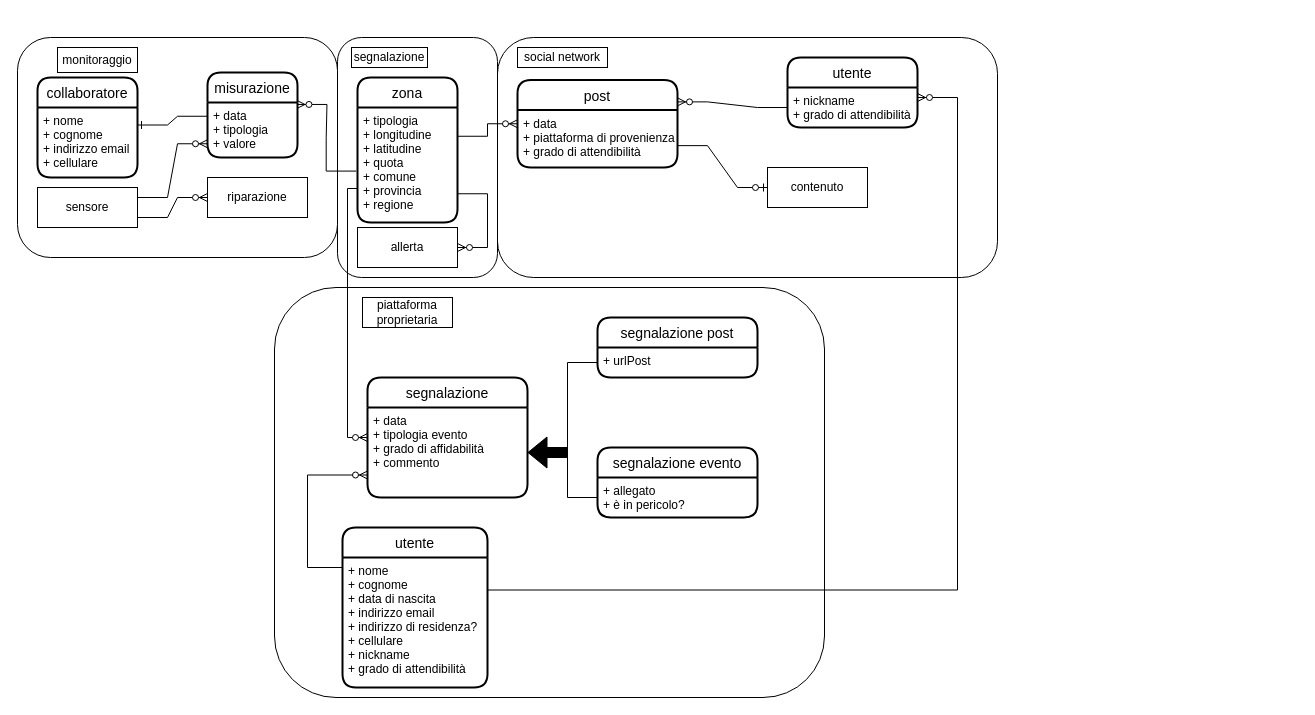
The draw.io diagram page "Brain Storming" (1 of 2) of diagramma-er.drawio in faffolao/ProgettoBD2022, before the edit. Source tidied: cells renumbered, new cells numbered last; positions are measured from the earlier drawing's top-left corner, leaving out a move shared by most shapes. Both pictures are drawn from the tidied source at 100%, with x=0, y=0 at pixel (17, 37).
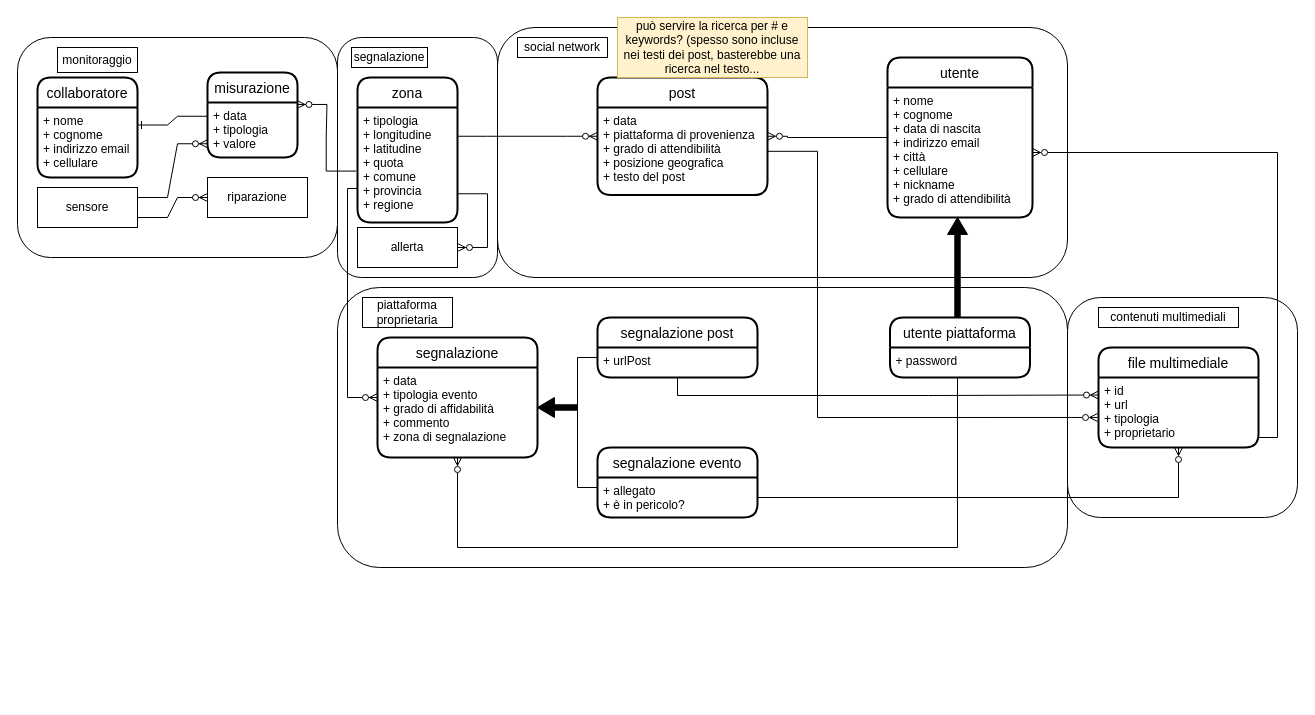
The same diagram, later.

Commit message (it also covers changes not shown here):
introduzione macroblocchi, modifiche allo schema generale

The change refers to these unchanged cells:
```xml
<mxCell id="25" value="+ tipologia&#10;+ longitudine&#10;+ latitudine&#10;+ quota&#10;+ comune&#10;+ provincia&#10;+ regione" style="align=left;strokeColor=none;fillColor=none;spacingLeft=4;fontSize=12;verticalAlign=top;" parent="24" vertex="1">
  <mxGeometry y="30" width="100" height="115" as="geometry" />
</mxCell>
<mxCell id="29" value="segnalazione post" style="swimlane;horizontal=1;startSize=30;rounded=1;fontSize=14;fontStyle=0;strokeWidth=2;shadow=0;dashed=0;align=center;" parent="1" vertex="1">
  <mxGeometry x="580" y="280" width="160" height="60" as="geometry" />
</mxCell>
<mxCell id="30" value="+ urlPost&#10;" style="align=left;strokeColor=none;fillColor=none;spacingLeft=4;fontSize=12;verticalAlign=top;" parent="29" vertex="1">
  <mxGeometry y="30" width="160" height="30" as="geometry" />
</mxCell>
<mxCell id="32" value="+ allegato&#10;+ è in pericolo?" style="align=left;strokeColor=none;fillColor=none;spacingLeft=4;fontSize=12;verticalAlign=top;" parent="31" vertex="1">
  <mxGeometry y="30" width="160" height="40" as="geometry" />
</mxCell>
```

Change to the diagram source:
```diff
@@
     <mxCell id="2" style="rounded=1;whiteSpace=wrap;html=1;" parent="1" vertex="1">
-      <mxGeometry x="480" width="500" height="240" as="geometry" />
+      <mxGeometry x="480" y="-10" width="570" height="250" as="geometry" />
     </mxCell>
-    <mxCell id="3" style="rounded=1;whiteSpace=wrap;html=1;strokeColor=default;" parent="1" vertex="1">
-      <mxGeometry x="257" y="250" width="550" height="410" as="geometry" />
+    <mxCell id="3" style="rounded=1;whiteSpace=wrap;html=1;" parent="1" vertex="1">
+      <mxGeometry x="320" y="250" width="730" height="280" as="geometry" />
     </mxCell>
@@
-    <mxCell id="7" value="&lt;div&gt;contenuto&lt;/div&gt;" style="whiteSpace=wrap;html=1;align=center;" parent="1" vertex="1">
-      <mxGeometry x="750" y="130" width="100" height="40" as="geometry" />
-    </mxCell>
-    <mxCell id="8" style="edgeStyle=entityRelationEdgeStyle;fontSize=12;html=1;endArrow=ERzeroToMany;endFill=1;rounded=0;entryX=1;entryY=0.25;entryDx=0;entryDy=0;exitX=0;exitY=0.5;exitDx=0;exitDy=0;" parent="1" edge="1" source="27" target="44">
-      <mxGeometry relative="1" as="geometry" />
-    </mxCell>
@@
     <mxCell id="16" value="social network" style="rounded=0;whiteSpace=wrap;html=1;" parent="1" vertex="1">
-      <mxGeometry x="500" y="10" width="90" height="20" as="geometry" />
+      <mxGeometry x="500" width="90" height="20" as="geometry" />
     </mxCell>
@@
-    <mxCell id="26" value="utente" style="swimlane;horizontal=1;startSize=30;rounded=1;fontSize=14;fontStyle=0;strokeWidth=2;shadow=0;dashed=0;align=center;" parent="1" vertex="1">
-      <mxGeometry x="770" y="20" width="130" height="70" as="geometry" />
-    </mxCell>
-    <mxCell id="27" value="+ nickname&#10;+ grado di attendibilità" style="align=left;strokeColor=none;fillColor=none;spacingLeft=4;fontSize=12;verticalAlign=top;" parent="26" vertex="1">
-      <mxGeometry y="30" width="130" height="40" as="geometry" />
-    </mxCell>
@@
-    <mxCell id="33" style="shape=flexArrow;endArrow=classic;html=1;rounded=0;entryX=1;entryY=0.5;entryDx=0;entryDy=0;shadow=0;strokeColor=default;fillColor=#000000;gradientColor=none;" parent="1" edge="1" target="36">
-      <mxGeometry relative="1" as="geometry">
-        <mxPoint x="550" y="415" as="sourcePoint" />
-      </mxGeometry>
-    </mxCell>
-    <mxCell id="34" style="edgeStyle=entityRelationEdgeStyle;fontSize=12;html=1;endArrow=ERzeroToOne;endFill=1;rounded=0;shadow=0;strokeColor=default;fillColor=#000000;gradientColor=none;entryX=0;entryY=0.5;entryDx=0;entryDy=0;exitX=1;exitY=0.75;exitDx=0;exitDy=0;" parent="1" edge="1" source="44" target="7">
-      <mxGeometry relative="1" as="geometry" />
-    </mxCell>
-    <mxCell id="35" value="segnalazione" style="swimlane;horizontal=1;startSize=30;rounded=1;fontSize=14;fontStyle=0;strokeWidth=2;shadow=0;dashed=0;align=center;fillColor=#FFFFFF;gradientColor=none;" parent="1" vertex="1">
-      <mxGeometry x="350" y="340" width="160" height="120" as="geometry" />
+    <mxCell id="35" value="segnalazione" style="swimlane;horizontal=1;startSize=30;rounded=1;fontSize=14;fontStyle=0;strokeWidth=2;shadow=0;dashed=0;align=center;" parent="1" vertex="1">
+      <mxGeometry x="360" y="300" width="160" height="120" as="geometry" />
     </mxCell>
-    <mxCell id="36" value="+ data&#10;+ tipologia evento&#10;+ grado di affidabilità&#10;+ commento&#10;" style="align=left;strokeColor=none;fillColor=none;spacingLeft=4;fontSize=12;verticalAlign=top;" parent="35" vertex="1">
+    <mxCell id="36" value="+ data&#10;+ tipologia evento&#10;+ grado di affidabilità&#10;+ commento&#10;+ zona di segnalazione" style="align=left;strokeColor=none;fillColor=none;spacingLeft=4;fontSize=12;verticalAlign=top;" parent="35" vertex="1">
       <mxGeometry y="30" width="160" height="90" as="geometry" />
     </mxCell>
-    <mxCell id="37" style="edgeStyle=orthogonalEdgeStyle;fontSize=12;html=1;endArrow=ERzeroToMany;endFill=1;shadow=0;strokeColor=default;fillColor=#000000;gradientColor=none;exitX=0;exitY=0.75;exitDx=0;exitDy=0;entryX=0;entryY=0.5;entryDx=0;entryDy=0;rounded=0;" parent="1" edge="1" source="25" target="35">
+    <mxCell id="37" style="edgeStyle=orthogonalEdgeStyle;fontSize=12;html=1;endArrow=ERzeroToMany;endFill=1;shadow=0;exitX=0;exitY=0.75;exitDx=0;exitDy=0;entryX=0;entryY=0.5;entryDx=0;entryDy=0;rounded=0;" parent="1" edge="1" source="25" target="35">
       <mxGeometry relative="1" as="geometry">
         <Array as="points">
           <mxPoint x="340" y="151" />
           <mxPoint x="330" y="151" />
-          <mxPoint x="330" y="400" />
+          <mxPoint x="330" y="360" />
+          <mxPoint x="360" y="360" />
         </Array>
       </mxGeometry>
     </mxCell>
+    <mxCell id="46" style="edgeStyle=orthogonalEdgeStyle;rounded=0;jettySize=auto;html=1;entryX=1;entryY=0.5;entryDx=0;entryDy=0;endArrow=ERzeroToMany;endFill=0;" parent="1" edge="1" source="38" target="44">
+      <mxGeometry relative="1" as="geometry">
+        <Array as="points">
+          <mxPoint x="770" y="100" />
+          <mxPoint x="770" y="99" />
+        </Array>
+      </mxGeometry>
+    </mxCell>
     <mxCell id="38" value="utente" style="swimlane;horizontal=1;startSize=30;rounded=1;fontSize=14;fontStyle=0;strokeWidth=2;shadow=0;dashed=0;align=center;" parent="1" vertex="1">
-      <mxGeometry x="325" y="490" width="145" height="160" as="geometry" />
+      <mxGeometry x="870" y="20" width="145" height="160" as="geometry" />
     </mxCell>
-    <mxCell id="39" value="+ nome&#10;+ cognome&#10;+ data di nascita&#10;+ indirizzo email&#10;+ indirizzo di residenza?&#10;+ cellulare&#10;+ nickname&#10;+ grado di attendibilità" style="align=left;strokeColor=none;fillColor=none;spacingLeft=4;fontSize=12;verticalAlign=top;" parent="38" vertex="1">
+    <mxCell id="39" value="+ nome&#10;+ cognome&#10;+ data di nascita&#10;+ indirizzo email&#10;+ città&#10;+ cellulare&#10;+ nickname&#10;+ grado di attendibilità" style="align=left;strokeColor=none;fillColor=none;spacingLeft=4;fontSize=12;verticalAlign=top;" parent="38" vertex="1">
       <mxGeometry y="30" width="145" height="130" as="geometry" />
     </mxCell>
-    <mxCell id="40" style="edgeStyle=orthogonalEdgeStyle;fontSize=12;html=1;endArrow=ERzeroToMany;endFill=1;rounded=0;exitX=0;exitY=0.25;exitDx=0;exitDy=0;entryX=0;entryY=0.75;entryDx=0;entryDy=0;" parent="1" edge="1" source="39" target="36">
-      <mxGeometry relative="1" as="geometry">
-        <Array as="points">
-          <mxPoint x="290" y="530" />
-          <mxPoint x="290" y="438" />
-        </Array>
-      </mxGeometry>
-    </mxCell>
-    <mxCell id="41" style="edgeStyle=orthogonalEdgeStyle;fontSize=12;html=1;endArrow=ERzeroToMany;endFill=1;rounded=0;strokeColor=default;exitX=1;exitY=0.25;exitDx=0;exitDy=0;entryX=1;entryY=0.25;entryDx=0;entryDy=0;" parent="1" edge="1" source="39" target="27">
-      <mxGeometry relative="1" as="geometry">
-        <Array as="points">
-          <mxPoint x="940" y="553" />
-          <mxPoint x="940" y="60" />
-        </Array>
-      </mxGeometry>
-    </mxCell>
-    <mxCell id="42" style="edgeStyle=orthogonalEdgeStyle;rounded=0;jettySize=auto;html=1;exitX=0;exitY=0.5;exitDx=0;exitDy=0;entryX=1;entryY=0.5;entryDx=0;entryDy=0;strokeColor=default;" parent="1" edge="1" source="30" target="36">
-      <mxGeometry relative="1" as="geometry">
-        <Array as="points">
-          <mxPoint x="550" y="325" />
-          <mxPoint x="550" y="415" />
-        </Array>
-      </mxGeometry>
-    </mxCell>
-    <mxCell id="43" style="edgeStyle=orthogonalEdgeStyle;rounded=0;jettySize=auto;html=1;exitX=0;exitY=0.5;exitDx=0;exitDy=0;strokeColor=default;entryX=1;entryY=0.5;entryDx=0;entryDy=0;" parent="1" edge="1" source="32" target="36">
-      <mxGeometry relative="1" as="geometry">
-        <Array as="points">
-          <mxPoint x="550" y="460" />
-          <mxPoint x="550" y="415" />
-        </Array>
-      </mxGeometry>
-    </mxCell>
-    <mxCell id="44" value="post" style="swimlane;horizontal=1;startSize=30;rounded=1;fontSize=14;fontStyle=0;strokeWidth=2;shadow=0;dashed=0;align=center;strokeColor=default;" parent="1" vertex="1">
-      <mxGeometry x="500" y="42.5" width="160" height="87.5" as="geometry" />
+    <mxCell id="44" value="post" style="swimlane;horizontal=1;startSize=30;rounded=1;fontSize=14;fontStyle=0;strokeWidth=2;shadow=0;dashed=0;align=center;" parent="1" vertex="1">
+      <mxGeometry x="580" y="40" width="170" height="117.5" as="geometry" />
     </mxCell>
-    <mxCell id="45" value="+ data&#10;+ piattaforma di provenienza&#10;+ grado di attendibilità" style="align=left;strokeColor=none;fillColor=none;spacingLeft=4;fontSize=12;verticalAlign=top;" parent="44" vertex="1">
-      <mxGeometry y="30" width="160" height="57.5" as="geometry" />
+    <mxCell id="45" value="+ data&#10;+ piattaforma di provenienza&#10;+ grado di attendibilità&#10;+ posizione geografica&#10;+ testo del post" style="align=left;strokeColor=none;fillColor=none;spacingLeft=4;fontSize=12;verticalAlign=top;" parent="44" vertex="1">
+      <mxGeometry y="30" width="170" height="87.5" as="geometry" />
     </mxCell>
+    <mxCell id="47" style="edgeStyle=orthogonalEdgeStyle;rounded=0;jettySize=auto;html=1;entryX=0;entryY=0.25;entryDx=0;entryDy=0;fontFamily=Comic Sans MS;exitX=0;exitY=0;exitDx=0;exitDy=0;endArrow=none;endFill=0;" parent="1" edge="1" source="30" target="32">
+      <mxGeometry relative="1" as="geometry">
+        <Array as="points">
+          <mxPoint x="580" y="320" />
+          <mxPoint x="560" y="320" />
+          <mxPoint x="560" y="450" />
+        </Array>
+      </mxGeometry>
+    </mxCell>
+    <mxCell id="48" style="html=1;shadow=0;dashed=0;align=center;verticalAlign=middle;shape=mxgraph.arrows2.arrow;dy=0.73;dx=16.95;flipH=1;notch=0;fontFamily=Comic Sans MS;fillStyle=solid;fillColor=#000000;" parent="1" vertex="1">
+      <mxGeometry x="520" y="360" width="40" height="20" as="geometry" />
+    </mxCell>
+    <mxCell id="49" style="edgeStyle=orthogonalEdgeStyle;rounded=0;jettySize=auto;html=1;endArrow=ERzeroToMany;endFill=0;" parent="1" edge="1" source="50" target="36">
+      <mxGeometry relative="1" as="geometry">
+        <Array as="points">
+          <mxPoint x="940" y="510" />
+          <mxPoint x="440" y="510" />
+        </Array>
+      </mxGeometry>
+    </mxCell>
+    <mxCell id="50" value="utente piattaforma" style="swimlane;horizontal=1;startSize=30;rounded=1;fontSize=14;fontStyle=0;strokeWidth=2;shadow=0;dashed=0;align=center;" parent="1" vertex="1">
+      <mxGeometry x="872.5" y="280" width="140" height="60" as="geometry" />
+    </mxCell>
+    <mxCell id="51" value="+ password" style="align=left;strokeColor=none;fillColor=none;spacingLeft=4;fontSize=12;verticalAlign=top;" parent="50" vertex="1">
+      <mxGeometry y="30" width="140" height="30" as="geometry" />
+    </mxCell>
+    <mxCell id="52" style="html=1;shadow=0;dashed=0;align=center;verticalAlign=middle;shape=mxgraph.arrows2.arrow;dy=0.73;dx=16.95;flipH=1;notch=0;fontFamily=Comic Sans MS;fillStyle=solid;rotation=90;fillColor=#000000;" parent="1" vertex="1">
+      <mxGeometry x="890" y="220" width="100" height="20" as="geometry" />
+    </mxCell>
+    <mxCell id="53" style="rounded=1;whiteSpace=wrap;html=1;" parent="1" vertex="1">
+      <mxGeometry x="1050" y="260" width="230" height="220" as="geometry" />
+    </mxCell>
+    <mxCell id="54" value="contenuti multimediali" style="rounded=0;whiteSpace=wrap;html=1;" parent="1" vertex="1">
+      <mxGeometry x="1081" y="270" width="140" height="20" as="geometry" />
+    </mxCell>
+    <mxCell id="55" style="edgeStyle=orthogonalEdgeStyle;rounded=0;jettySize=auto;html=1;endArrow=ERzeroToMany;endFill=0;" parent="1" edge="1" source="56" target="39">
+      <mxGeometry relative="1" as="geometry">
+        <Array as="points">
+          <mxPoint x="1260" y="400" />
+          <mxPoint x="1260" y="115" />
+        </Array>
+      </mxGeometry>
+    </mxCell>
+    <mxCell id="56" value="file multimediale" style="swimlane;horizontal=1;startSize=30;rounded=1;fontSize=14;fontStyle=0;strokeWidth=2;shadow=0;dashed=0;align=center;fillColor=none;" parent="1" vertex="1">
+      <mxGeometry x="1081" y="310" width="160" height="100" as="geometry" />
+    </mxCell>
+    <mxCell id="57" value="+ id&#10;+ url&#10;+ tipologia&#10;+ proprietario" style="align=left;strokeColor=none;fillColor=none;spacingLeft=4;fontSize=12;verticalAlign=top;" parent="56" vertex="1">
+      <mxGeometry y="30" width="160" height="70" as="geometry" />
+    </mxCell>
+    <mxCell id="58" style="edgeStyle=orthogonalEdgeStyle;rounded=0;orthogonalLoop=1;jettySize=auto;html=1;exitX=0.5;exitY=1;exitDx=0;exitDy=0;endArrow=ERzeroToMany;endFill=0;" parent="56" edge="1" source="57" target="57">
+      <mxGeometry relative="1" as="geometry" />
+    </mxCell>
+    <mxCell id="59" style="edgeStyle=orthogonalEdgeStyle;rounded=0;jettySize=auto;html=1;endArrow=ERzeroToMany;endFill=0;" parent="1" edge="1" source="32" target="57">
+      <mxGeometry relative="1" as="geometry" />
+    </mxCell>
+    <mxCell id="60" style="edgeStyle=orthogonalEdgeStyle;rounded=0;jettySize=auto;html=1;entryX=0;entryY=0.25;entryDx=0;entryDy=0;endArrow=ERzeroToMany;endFill=0;" parent="1" edge="1" source="29" target="57">
+      <mxGeometry relative="1" as="geometry">
+        <Array as="points">
+          <mxPoint x="660" y="358" />
+          <mxPoint x="911" y="358" />
+        </Array>
+      </mxGeometry>
+    </mxCell>
+    <mxCell id="61" style="edgeStyle=orthogonalEdgeStyle;rounded=0;orthogonalLoop=1;jettySize=auto;html=1;endArrow=ERzeroToMany;endFill=0;" parent="1" edge="1">
+      <mxGeometry relative="1" as="geometry">
+        <mxPoint x="750" y="100" as="sourcePoint" />
+        <mxPoint x="750.1" y="100" as="targetPoint" />
+      </mxGeometry>
+    </mxCell>
+    <mxCell id="62" value="può servire la ricerca per # e keywords? (spesso sono incluse nei testi dei post, basterebbe una ricerca nel testo..." style="text;html=1;strokeColor=#d6b656;fillColor=#fff2cc;align=center;verticalAlign=middle;whiteSpace=wrap;rounded=0;" parent="1" vertex="1">
+      <mxGeometry x="600" y="-20" width="190" height="60" as="geometry" />
+    </mxCell>
+    <mxCell id="63" style="edgeStyle=orthogonalEdgeStyle;rounded=0;jettySize=auto;html=1;entryX=-0.006;entryY=0.571;entryDx=0;entryDy=0;entryPerimeter=0;endArrow=ERzeroToMany;endFill=0;" parent="1" edge="1" source="45" target="57">
+      <mxGeometry relative="1" as="geometry">
+        <Array as="points">
+          <mxPoint x="800" y="114" />
+          <mxPoint x="800" y="380" />
+        </Array>
+      </mxGeometry>
+    </mxCell>
```
